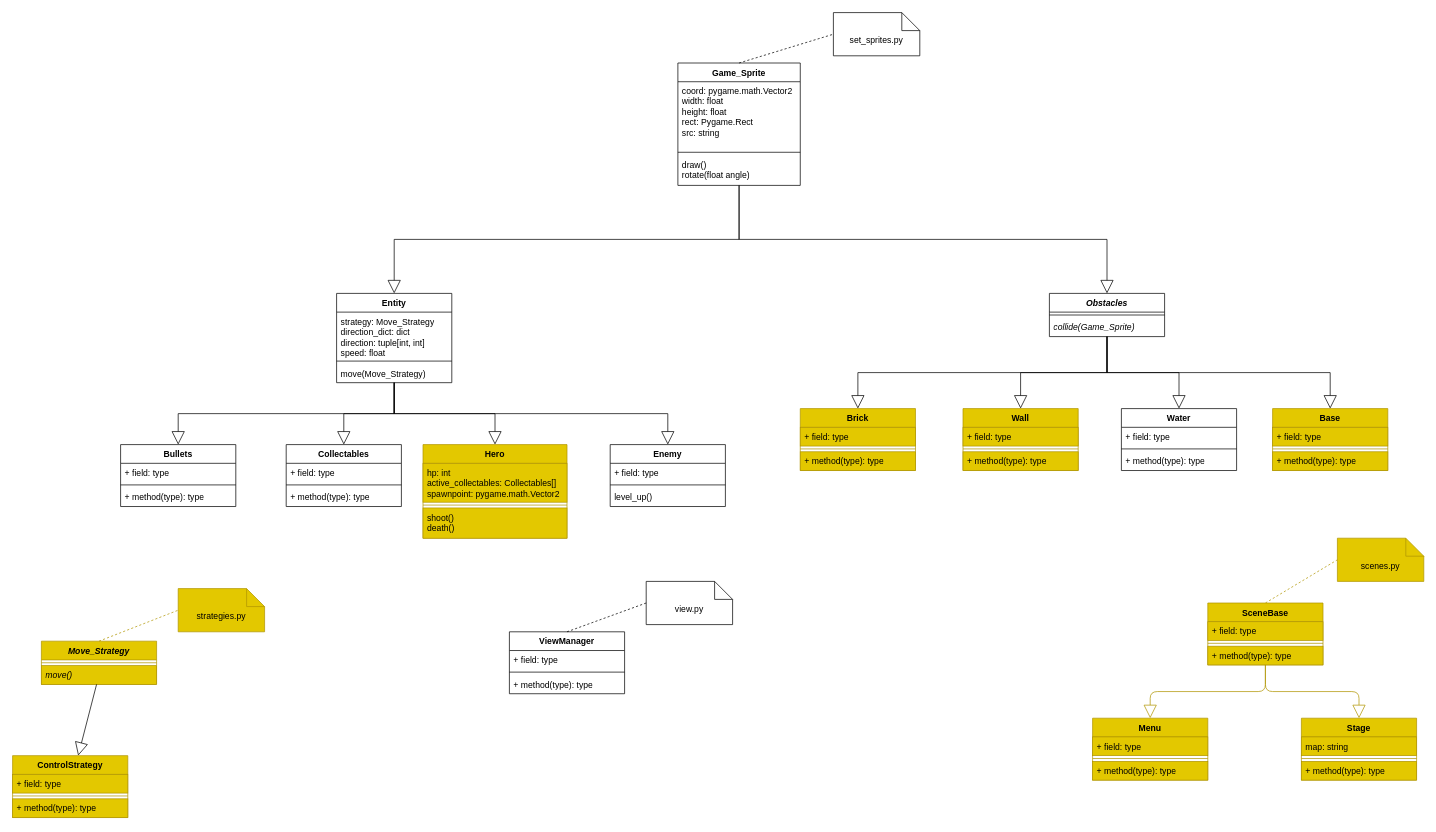
Above: UML.drawio in MoNaK-Wales/battle_city (draw.io), before the change. Source tidied: cells renumbered, new cells numbered last; positions are measured from the earlier drawing's top-left corner, leaving out a move shared by most shapes. Both pictures are drawn from the tidied source at 72%, with x=0, y=0 at pixel (12, 12).
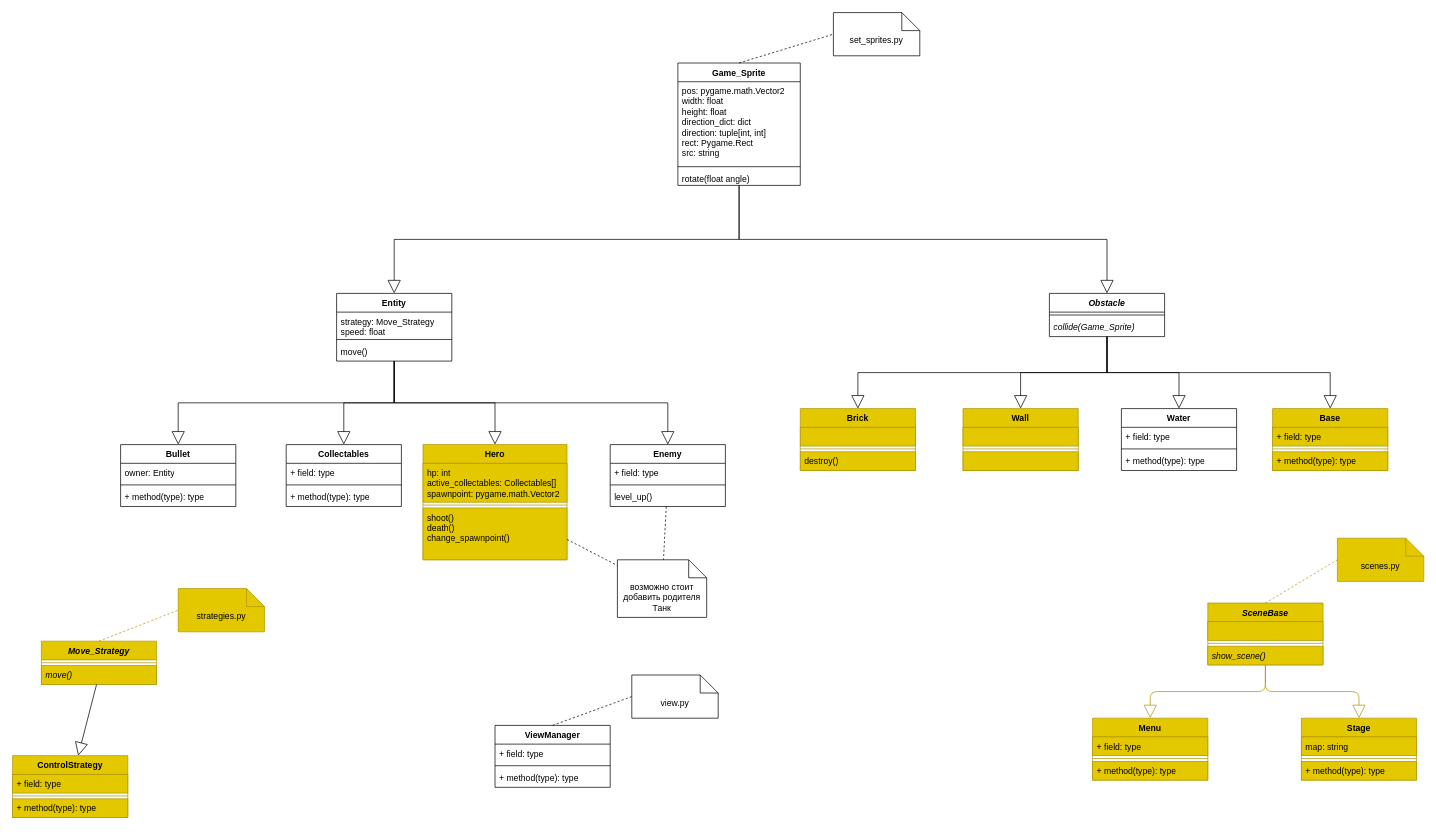
The same diagram, later.

Unchanged cells that the change refers to:
```xml
<mxCell id="2" value="Game_Sprite" style="swimlane;fontStyle=1;align=center;verticalAlign=top;horizontal=1;startSize=26;whiteSpace=wrap;html=1;" parent="1" vertex="1">
  <mxGeometry x="924" y="70" width="170" height="170" as="geometry" />
</mxCell>
<mxCell id="15" value="Enemy" style="swimlane;fontStyle=1;align=center;verticalAlign=top;horizontal=1;startSize=26;whiteSpace=wrap;html=1;swimlaneLine=1;" parent="1" vertex="1">
  <mxGeometry x="830" y="600" width="160" height="86" as="geometry" />
</mxCell>
<mxCell id="29" value="Brick" style="swimlane;fontStyle=1;align=center;verticalAlign=top;horizontal=1;startSize=26;whiteSpace=wrap;html=1;fillColor=#e3c800;fontColor=#000000;strokeColor=#B09500;" parent="1" vertex="1">
  <mxGeometry x="1094" y="550" width="160" height="86" as="geometry" />
</mxCell>
<mxCell id="33" value="Wall" style="swimlane;fontStyle=1;align=center;verticalAlign=top;horizontal=1;startSize=26;whiteSpace=wrap;html=1;fillColor=#e3c800;fontColor=#000000;strokeColor=#B09500;" parent="1" vertex="1">
  <mxGeometry x="1320" y="550" width="160" height="86" as="geometry" />
</mxCell>
```

Change to the diagram source:
```diff
@@
-    <mxCell id="3" value="coord: pygame.math.Vector2&lt;br&gt;&lt;div&gt;width: float&lt;/div&gt;&lt;div&gt;height: float&lt;/div&gt;&lt;div&gt;rect: Pygame.Rect&lt;/div&gt;&lt;div&gt;src: string&lt;/div&gt;" style="text;strokeColor=none;fillColor=none;align=left;verticalAlign=top;spacingLeft=4;spacingRight=4;overflow=hidden;whiteSpace=wrap;html=1;" parent="2" vertex="1">
-      <mxGeometry y="26" width="170" height="94" as="geometry" />
+    <mxCell id="3" value="pos: pygame.math.Vector2&lt;br&gt;&lt;div&gt;width: float&lt;/div&gt;&lt;div&gt;height: float&lt;/div&gt;&lt;div&gt;direction_dict: dict&lt;br&gt;&lt;div&gt;direction: tuple[int, int]&lt;/div&gt;&lt;/div&gt;&lt;div&gt;rect: Pygame.Rect&lt;/div&gt;&lt;div&gt;src: string&lt;br&gt;&lt;/div&gt;" style="text;strokeColor=none;fillColor=none;align=left;verticalAlign=top;spacingLeft=4;spacingRight=4;overflow=hidden;whiteSpace=wrap;html=1;" parent="2" vertex="1">
+      <mxGeometry y="26" width="170" height="114" as="geometry" />
     </mxCell>
     <mxCell id="4" style="line;strokeWidth=1;fillColor=none;align=left;verticalAlign=middle;spacingTop=-1;spacingLeft=3;spacingRight=3;labelPosition=right;strokeColor=inherit;" parent="2" vertex="1">
-      <mxGeometry y="120" width="170" height="8" as="geometry" />
+      <mxGeometry y="140" width="170" height="8" as="geometry" />
     </mxCell>
-    <mxCell id="5" value="&lt;div&gt;draw()&lt;/div&gt;rotate(float angle)" style="text;strokeColor=none;fillColor=none;align=left;verticalAlign=top;spacingLeft=4;spacingRight=4;overflow=hidden;points=[[0,0.5],[1,0.5]];portConstraint=eastwest;whiteSpace=wrap;html=1;" parent="2" vertex="1">
-      <mxGeometry y="128" width="170" height="42" as="geometry" />
+    <mxCell id="5" value="&lt;div&gt;&lt;/div&gt;rotate(float angle)" style="text;strokeColor=none;fillColor=none;align=left;verticalAlign=top;spacingLeft=4;spacingRight=4;overflow=hidden;points=[[0,0.5],[1,0.5]];portConstraint=eastwest;whiteSpace=wrap;html=1;" parent="2" vertex="1">
+      <mxGeometry y="148" width="170" height="22" as="geometry" />
     </mxCell>
     <mxCell id="6" value="Hero" style="swimlane;fontStyle=1;align=center;verticalAlign=top;horizontal=1;startSize=26;whiteSpace=wrap;html=1;fillColor=#e3c800;fontColor=#000000;strokeColor=#B09500;" parent="1" vertex="1">
-      <mxGeometry x="570" y="600" width="200" height="130" as="geometry" />
+      <mxGeometry x="570" y="600" width="200" height="160" as="geometry" />
     </mxCell>
@@
-    <mxCell id="9" value="shoot()&lt;div&gt;death()&lt;/div&gt;" style="text;strokeColor=#B09500;fillColor=#e3c800;align=left;verticalAlign=top;spacingLeft=4;spacingRight=4;overflow=hidden;whiteSpace=wrap;html=1;fontColor=#000000;" parent="6" vertex="1">
-      <mxGeometry y="88" width="200" height="42" as="geometry" />
+    <mxCell id="9" value="shoot()&lt;div&gt;death()&lt;br&gt;change_spawnpoint()&lt;/div&gt;" style="text;strokeColor=#B09500;fillColor=#e3c800;align=left;verticalAlign=top;spacingLeft=4;spacingRight=4;overflow=hidden;whiteSpace=wrap;html=1;fontColor=#000000;" parent="6" vertex="1">
+      <mxGeometry y="88" width="200" height="72" as="geometry" />
     </mxCell>
     <mxCell id="10" value="Entity" style="swimlane;fontStyle=1;align=center;verticalAlign=top;horizontal=1;startSize=26;whiteSpace=wrap;html=1;" parent="1" vertex="1">
-      <mxGeometry x="450" y="390" width="160" height="124" as="geometry" />
+      <mxGeometry x="450" y="390" width="160" height="94" as="geometry" />
     </mxCell>
-    <mxCell id="11" value="strategy: Move_Strategy&lt;div&gt;direction_dict: dict&lt;br&gt;&lt;div&gt;direction: tuple[int, int]&lt;/div&gt;&lt;div&gt;speed: float&lt;/div&gt;&lt;/div&gt;" style="text;strokeColor=none;fillColor=none;align=left;verticalAlign=top;spacingLeft=4;spacingRight=4;overflow=hidden;whiteSpace=wrap;html=1;" parent="10" vertex="1">
-      <mxGeometry y="26" width="160" height="64" as="geometry" />
+    <mxCell id="11" value="strategy: Move_Strategy&lt;br&gt;&lt;div&gt;&lt;div&gt;speed: float&lt;/div&gt;&lt;/div&gt;" style="text;strokeColor=none;fillColor=none;align=left;verticalAlign=top;spacingLeft=4;spacingRight=4;overflow=hidden;whiteSpace=wrap;html=1;" parent="10" vertex="1">
+      <mxGeometry y="26" width="160" height="34" as="geometry" />
     </mxCell>
     <mxCell id="12" style="line;strokeWidth=1;fillColor=none;align=left;verticalAlign=middle;spacingTop=-1;spacingLeft=3;spacingRight=3;labelPosition=right;strokeColor=inherit;" parent="10" vertex="1">
-      <mxGeometry y="90" width="160" height="8" as="geometry" />
+      <mxGeometry y="60" width="160" height="8" as="geometry" />
     </mxCell>
-    <mxCell id="13" value="move(Move_Strategy)" style="text;strokeColor=none;fillColor=none;align=left;verticalAlign=top;spacingLeft=4;spacingRight=4;overflow=hidden;points=[[0,0.5],[1,0.5]];portConstraint=eastwest;whiteSpace=wrap;html=1;" parent="10" vertex="1">
-      <mxGeometry y="98" width="160" height="26" as="geometry" />
+    <mxCell id="13" value="move()" style="text;strokeColor=none;fillColor=none;align=left;verticalAlign=top;spacingLeft=4;spacingRight=4;overflow=hidden;points=[[0,0.5],[1,0.5]];portConstraint=eastwest;whiteSpace=wrap;html=1;" parent="10" vertex="1">
+      <mxGeometry y="68" width="160" height="26" as="geometry" />
     </mxCell>
@@
-    <mxCell id="21" value="&lt;i&gt;Obstacles&lt;/i&gt;" style="swimlane;fontStyle=1;align=center;verticalAlign=top;horizontal=1;startSize=26;whiteSpace=wrap;html=1;" parent="1" vertex="1">
+    <mxCell id="21" value="&lt;i&gt;Obstacle&lt;/i&gt;" style="swimlane;fontStyle=1;align=center;verticalAlign=top;horizontal=1;startSize=26;whiteSpace=wrap;html=1;" parent="1" vertex="1">
       <mxGeometry x="1440" y="390" width="160" height="60" as="geometry" />
     </mxCell>
@@
-    <mxCell id="25" value="Bullets" style="swimlane;fontStyle=1;align=center;verticalAlign=top;horizontal=1;startSize=26;whiteSpace=wrap;html=1;" parent="1" vertex="1">
+    <mxCell id="25" value="Bullet" style="swimlane;fontStyle=1;align=center;verticalAlign=top;horizontal=1;startSize=26;whiteSpace=wrap;html=1;" parent="1" vertex="1">
       <mxGeometry x="150" y="600" width="160" height="86" as="geometry" />
     </mxCell>
-    <mxCell id="26" value="+ field: type" style="text;strokeColor=none;fillColor=none;align=left;verticalAlign=top;spacingLeft=4;spacingRight=4;overflow=hidden;whiteSpace=wrap;html=1;" parent="25" vertex="1">
+    <mxCell id="26" value="owner: Entity" style="text;strokeColor=none;fillColor=none;align=left;verticalAlign=top;spacingLeft=4;spacingRight=4;overflow=hidden;whiteSpace=wrap;html=1;" parent="25" vertex="1">
       <mxGeometry y="26" width="160" height="26" as="geometry" />
     </mxCell>
@@
-    <mxCell id="30" value="+ field: type" style="text;strokeColor=#B09500;fillColor=#e3c800;align=left;verticalAlign=top;spacingLeft=4;spacingRight=4;overflow=hidden;whiteSpace=wrap;html=1;fontColor=#000000;" parent="29" vertex="1">
+    <mxCell id="30" style="text;strokeColor=#B09500;fillColor=#e3c800;align=left;verticalAlign=top;spacingLeft=4;spacingRight=4;overflow=hidden;whiteSpace=wrap;html=1;fontColor=#000000;" parent="29" vertex="1">
       <mxGeometry y="26" width="160" height="26" as="geometry" />
     </mxCell>
@@
-    <mxCell id="32" value="+ method(type): type" style="text;strokeColor=#B09500;fillColor=#e3c800;align=left;verticalAlign=top;spacingLeft=4;spacingRight=4;overflow=hidden;whiteSpace=wrap;html=1;fontColor=#000000;" parent="29" vertex="1">
+    <mxCell id="32" value="destroy()" style="text;strokeColor=#B09500;fillColor=#e3c800;align=left;verticalAlign=top;spacingLeft=4;spacingRight=4;overflow=hidden;whiteSpace=wrap;html=1;fontColor=#000000;" parent="29" vertex="1">
       <mxGeometry y="60" width="160" height="26" as="geometry" />
     </mxCell>
@@
-    <mxCell id="34" value="+ field: type" style="text;strokeColor=#B09500;fillColor=#e3c800;align=left;verticalAlign=top;spacingLeft=4;spacingRight=4;overflow=hidden;whiteSpace=wrap;html=1;fontColor=#000000;" parent="33" vertex="1">
+    <mxCell id="34" style="text;strokeColor=#B09500;fillColor=#e3c800;align=left;verticalAlign=top;spacingLeft=4;spacingRight=4;overflow=hidden;whiteSpace=wrap;html=1;fontColor=#000000;" parent="33" vertex="1">
       <mxGeometry y="26" width="160" height="26" as="geometry" />
     </mxCell>
@@
-    <mxCell id="36" value="+ method(type): type" style="text;strokeColor=#B09500;fillColor=#e3c800;align=left;verticalAlign=top;spacingLeft=4;spacingRight=4;overflow=hidden;whiteSpace=wrap;html=1;fontColor=#000000;" parent="33" vertex="1">
+    <mxCell id="36" style="text;strokeColor=#B09500;fillColor=#e3c800;align=left;verticalAlign=top;spacingLeft=4;spacingRight=4;overflow=hidden;whiteSpace=wrap;html=1;fontColor=#000000;" parent="33" vertex="1">
       <mxGeometry y="60" width="160" height="26" as="geometry" />
     </mxCell>
@@
     <mxCell id="55" value="ViewManager" style="swimlane;fontStyle=1;align=center;verticalAlign=top;horizontal=1;startSize=26;whiteSpace=wrap;html=1;" parent="1" vertex="1">
-      <mxGeometry x="690" y="860" width="160" height="86" as="geometry" />
+      <mxGeometry x="670" y="990" width="160" height="86" as="geometry" />
     </mxCell>
@@
     <mxCell id="65" value="view.py" style="shape=note2;boundedLbl=1;whiteSpace=wrap;html=1;size=25;verticalAlign=top;align=center;" parent="1" vertex="1">
-      <mxGeometry x="880" y="790" width="120" height="60" as="geometry" />
+      <mxGeometry x="860" y="920" width="120" height="60" as="geometry" />
     </mxCell>
@@
-    <mxCell id="74" value="SceneBase" style="swimlane;fontStyle=1;align=center;verticalAlign=top;horizontal=1;startSize=26;fillColor=#e3c800;fontColor=#000000;strokeColor=#B09500;" parent="1" vertex="1">
+    <mxCell id="74" value="SceneBase" style="swimlane;fontStyle=3;align=center;verticalAlign=top;horizontal=1;startSize=26;fillColor=#e3c800;fontColor=#000000;strokeColor=#B09500;" parent="1" vertex="1">
       <mxGeometry x="1660" y="820" width="160" height="86" as="geometry" />
     </mxCell>
-    <mxCell id="75" value="+ field: type" style="text;strokeColor=#B09500;fillColor=#e3c800;align=left;verticalAlign=top;spacingLeft=4;spacingRight=4;overflow=hidden;fontColor=#000000;" parent="74" vertex="1">
+    <mxCell id="75" style="text;strokeColor=#B09500;fillColor=#e3c800;align=left;verticalAlign=top;spacingLeft=4;spacingRight=4;overflow=hidden;fontColor=#000000;" parent="74" vertex="1">
       <mxGeometry y="26" width="160" height="26" as="geometry" />
     </mxCell>
@@
-    <mxCell id="77" value="+ method(type): type" style="text;strokeColor=#B09500;fillColor=#e3c800;align=left;verticalAlign=top;spacingLeft=4;spacingRight=4;overflow=hidden;points=[[0,0.5],[1,0.5]];portConstraint=eastwest;fontColor=#000000;" parent="74" vertex="1">
+    <mxCell id="77" value="show_scene()" style="text;strokeColor=#B09500;fillColor=#e3c800;align=left;verticalAlign=top;spacingLeft=4;spacingRight=4;overflow=hidden;points=[[0,0.5],[1,0.5]];portConstraint=eastwest;fontColor=#000000;fontStyle=2;" parent="74" vertex="1">
       <mxGeometry y="60" width="160" height="26" as="geometry" />
     </mxCell>
@@
+    <mxCell id="89" value="возможно стоит добавить родителя Танк" style="shape=note2;boundedLbl=1;whiteSpace=wrap;html=1;size=25;verticalAlign=top;align=center;" parent="1" vertex="1">
+      <mxGeometry x="840" y="760" width="124" height="80" as="geometry" />
+    </mxCell>
+    <mxCell id="90" style="endArrow=none;dashed=1;html=1;elbow=vertical;" parent="1" edge="1" source="6" target="89">
+      <mxGeometry relative="1" as="geometry" />
+    </mxCell>
+    <mxCell id="91" style="endArrow=none;dashed=1;html=1;elbow=vertical;" parent="1" edge="1" source="15" target="89">
+      <mxGeometry relative="1" as="geometry" />
+    </mxCell>
```
